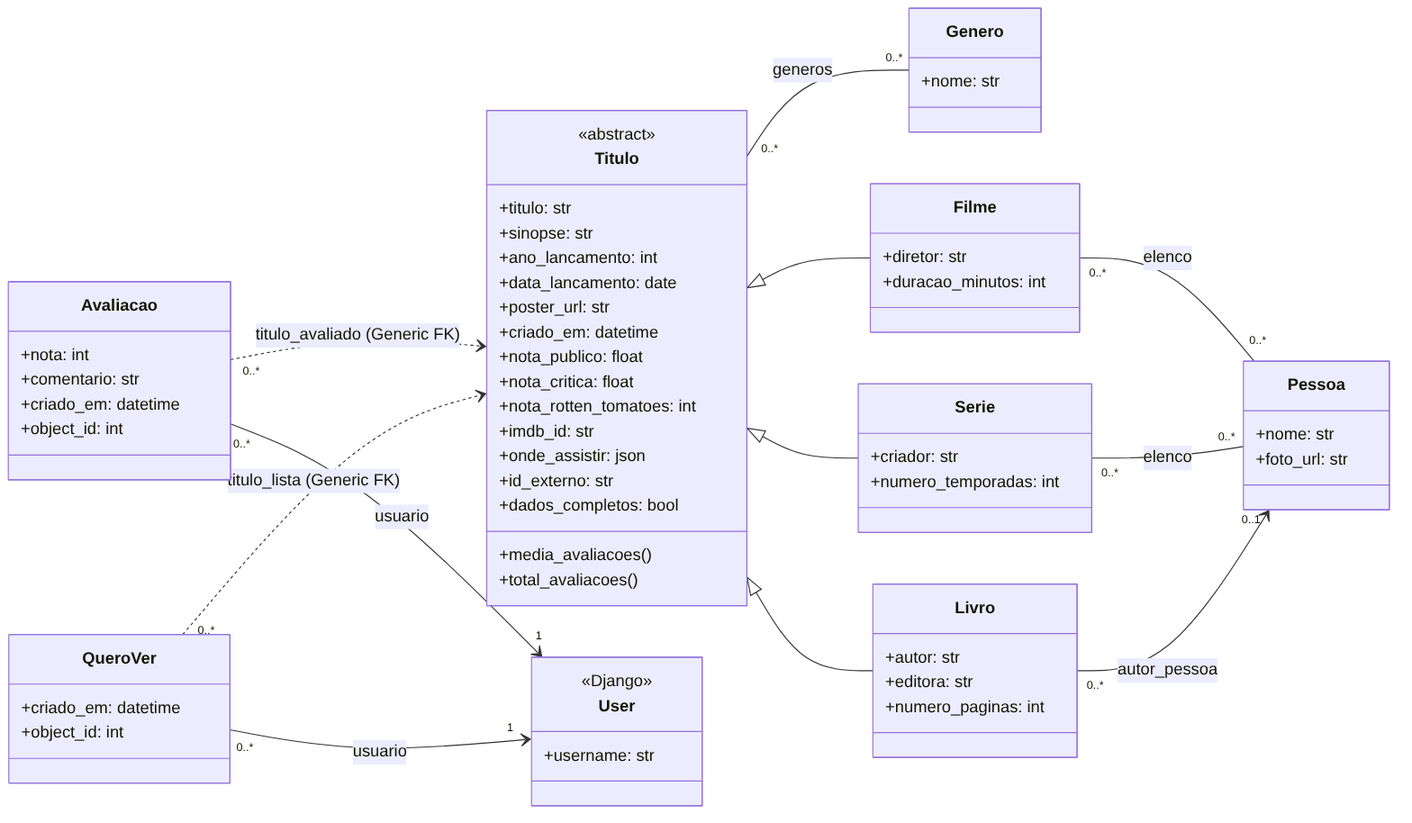
The Mermaid diagram docs/diagrama_classes.png in brNNzzz/cinebooks, before a commit. Its source is kept beside it as docs/diagrama_classes.mmd.
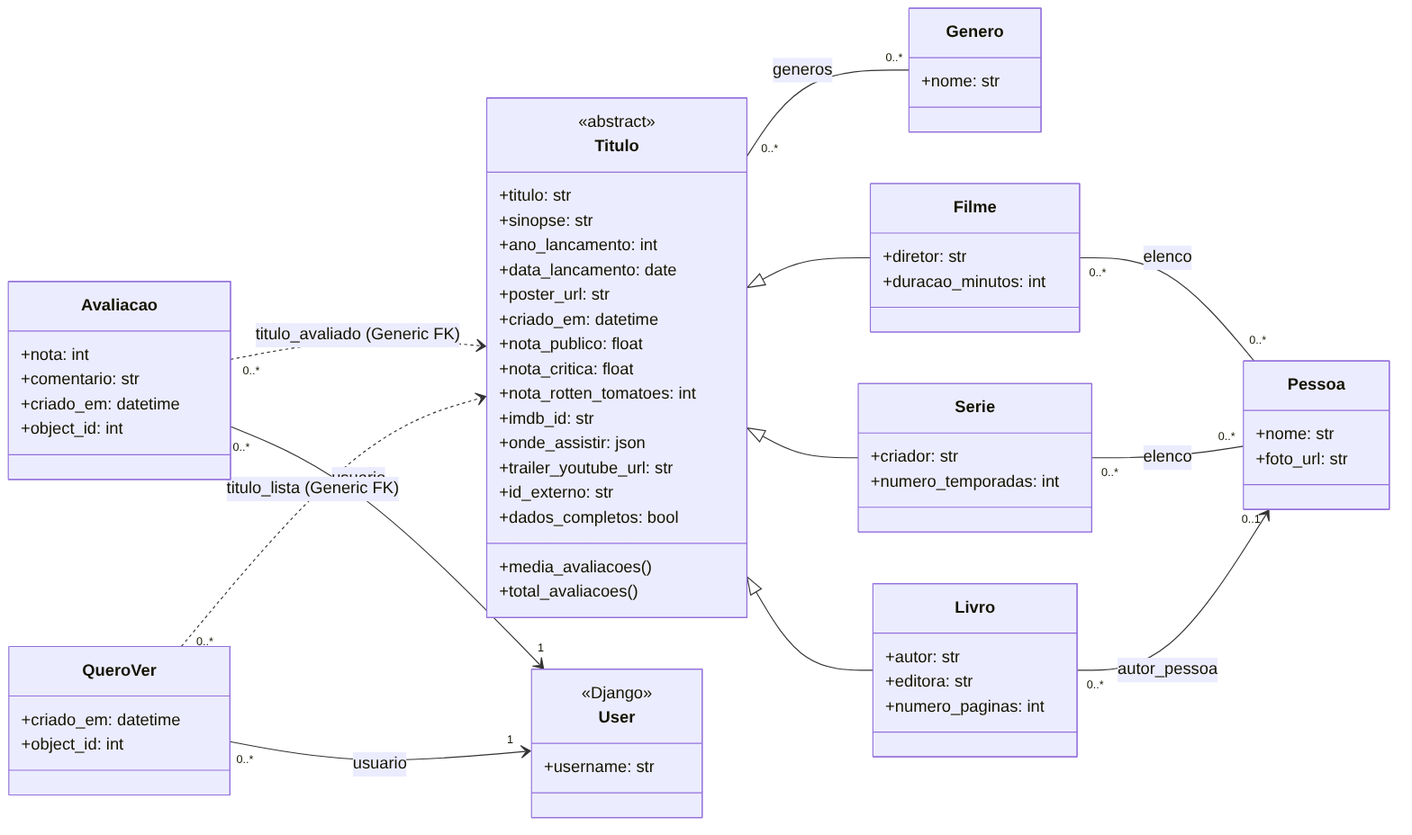
Later version of the same file.

Change to the diagram source:
```diff
@@ -23,6 +23,7 @@
         +nota_rotten_tomatoes: int
         +imdb_id: str
         +onde_assistir: json
+        +trailer_youtube_url: str
         +id_externo: str
         +dados_completos: bool
         +media_avaliacoes()
```
